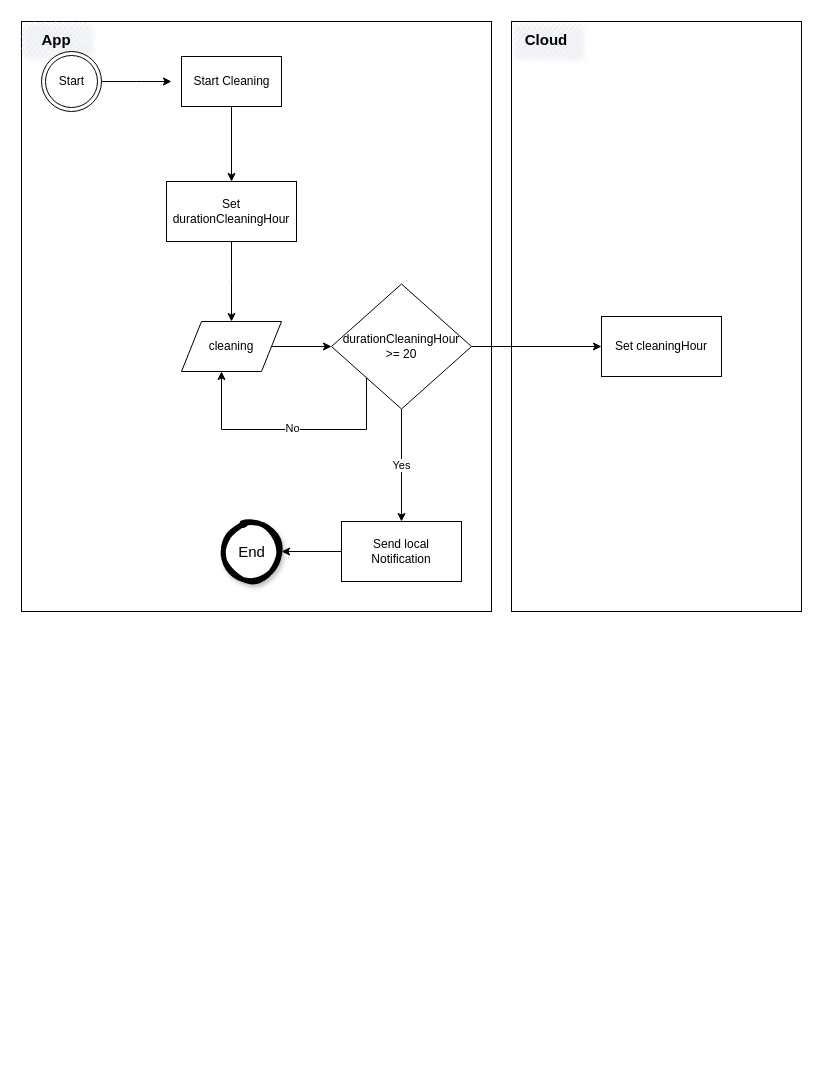
Above: Untitled Diagram.drawio in iHunterX/LocalStore (draw.io), before the change. Source tidied: cells renumbered, new cells numbered last; positions are measured from the earlier drawing's top-left corner, leaving out a move shared by most shapes. Both pictures are drawn from the tidied source at 100%, with x=0, y=0 at pixel (21, 21).
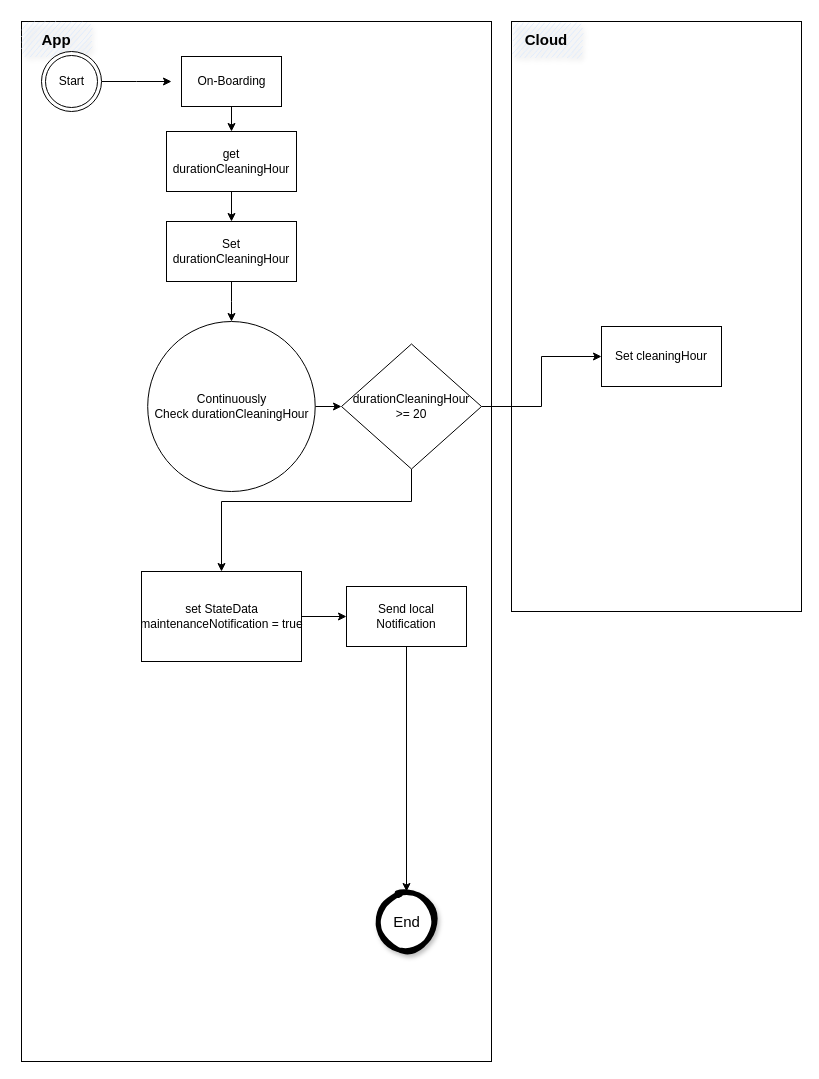
The same diagram, later.

The change refers to these unchanged cells:
```xml
<mxCell id="20" style="group;" parent="1" vertex="1">
  <mxGeometry x="490" width="290" height="590" as="geometry" />
</mxCell>
```

What changed in the source:
```diff
@@
     <mxCell id="2" style="group;" parent="1" vertex="1">
-      <mxGeometry width="470" height="590" as="geometry" />
+      <mxGeometry width="470" height="1040" as="geometry" />
     </mxCell>
     <mxCell id="3" style="rounded=0;whiteSpace=wrap;html=1;" parent="2" vertex="1">
-      <mxGeometry width="470" height="590" as="geometry" />
+      <mxGeometry width="470" height="1040" as="geometry" />
     </mxCell>
@@
     <mxCell id="5" value="End" style="shape=ellipse;html=1;dashed=0;whitespace=wrap;strokeWidth=5;perimeter=ellipsePerimeter;rounded=1;shadow=1;glass=0;sketch=1;fontSize=15;align=center;" parent="2" vertex="1">
-      <mxGeometry x="200" y="500" width="60" height="60" as="geometry" />
+      <mxGeometry x="355" y="870" width="60" height="60" as="geometry" />
     </mxCell>
+    <mxCell id="11" value="Set durationCleaningHour" style="whiteSpace=wrap;html=1;dashed=0;" parent="2" vertex="1">
+      <mxGeometry x="145" y="200" width="130" height="60" as="geometry" />
+    </mxCell>
+    <mxCell id="25" style="edgeStyle=orthogonalEdgeStyle;rounded=0;jettySize=auto;html=1;exitX=0.5;exitY=1;exitDx=0;exitDy=0;entryX=0.5;entryY=0;entryDx=0;entryDy=0;" parent="2" edge="1" source="26" target="11">
+      <mxGeometry relative="1" as="geometry" />
+    </mxCell>
+    <mxCell id="26" value="get durationCleaningHour" style="whiteSpace=wrap;html=1;dashed=0;" parent="2" vertex="1">
+      <mxGeometry x="145" y="110" width="130" height="60" as="geometry" />
+    </mxCell>
+    <mxCell id="27" style="edgeStyle=orthogonalEdgeStyle;rounded=0;jettySize=auto;html=1;exitX=1;exitY=0.5;exitDx=0;exitDy=0;entryX=0;entryY=0.5;entryDx=0;entryDy=0;" parent="2" edge="1" source="28" target="17">
+      <mxGeometry relative="1" as="geometry" />
+    </mxCell>
+    <mxCell id="28" value="Continuously&lt;br&gt;Check durationCleaningHour" style="shape=ellipse;html=1;dashed=0;whitespace=wrap;perimeter=ellipsePerimeter;" parent="2" vertex="1">
+      <mxGeometry x="126.2" y="300" width="167.5" height="170" as="geometry" />
+    </mxCell>
+    <mxCell id="29" style="edgeStyle=orthogonalEdgeStyle;rounded=0;jettySize=auto;html=1;entryX=0.5;entryY=0;entryDx=0;entryDy=0;" parent="2" edge="1" source="17" target="31">
+      <mxGeometry relative="1" as="geometry">
+        <Array as="points">
+          <mxPoint x="390" y="480" />
+          <mxPoint x="200" y="480" />
+        </Array>
+      </mxGeometry>
+    </mxCell>
+    <mxCell id="17" value="durationCleaningHour&lt;br&gt;&amp;gt;= 20" style="rhombus;whiteSpace=wrap;html=1;dashed=0;" parent="2" vertex="1">
+      <mxGeometry x="320" y="322.5" width="140" height="125" as="geometry" />
+    </mxCell>
+    <mxCell id="19" value="Send local Notification" style="whiteSpace=wrap;html=1;dashed=0;" parent="2" vertex="1">
+      <mxGeometry x="325" y="565" width="120" height="60" as="geometry" />
+    </mxCell>
+    <mxCell id="18" style="edgeStyle=orthogonalEdgeStyle;rounded=0;jettySize=auto;html=1;entryX=0.5;entryY=0;entryDx=0;entryDy=0;fontSize=15;" parent="2" edge="1" source="19" target="5">
+      <mxGeometry relative="1" as="geometry" />
+    </mxCell>
+    <mxCell id="30" style="edgeStyle=orthogonalEdgeStyle;rounded=0;jettySize=auto;html=1;exitX=1;exitY=0.5;exitDx=0;exitDy=0;entryX=0;entryY=0.5;entryDx=0;entryDy=0;" parent="2" edge="1" source="31" target="19">
+      <mxGeometry relative="1" as="geometry" />
+    </mxCell>
+    <mxCell id="31" value="set StateData&lt;br&gt;maintenanceNotification = true" style="html=1;dashed=0;whitespace=wrap;" parent="2" vertex="1">
+      <mxGeometry x="120" y="550" width="160" height="90" as="geometry" />
+    </mxCell>
@@
-    <mxCell id="8" style="edgeStyle=orthogonalEdgeStyle;rounded=0;jettySize=auto;html=1;" parent="1" edge="1" source="9" target="11">
-      <mxGeometry relative="1" as="geometry" />
-    </mxCell>
+    <mxCell id="32" style="edgeStyle=orthogonalEdgeStyle;rounded=0;jettySize=auto;html=1;exitX=0.5;exitY=1;exitDx=0;exitDy=0;entryX=0.5;entryY=0;entryDx=0;entryDy=0;" parent="1" edge="1" source="9" target="26">
+      <mxGeometry relative="1" as="geometry" />
+    </mxCell>
-    <mxCell id="9" value="Start Cleaning" style="html=1;dashed=0;whitespace=wrap;" parent="1" vertex="1">
+    <mxCell id="9" value="On-Boarding" style="html=1;dashed=0;whitespace=wrap;" parent="1" vertex="1">
       <mxGeometry x="160" y="35" width="100" height="50" as="geometry" />
     </mxCell>
@@
-    <mxCell id="11" value="Set durationCleaningHour" style="whiteSpace=wrap;html=1;dashed=0;" parent="1" vertex="1">
-      <mxGeometry x="145" y="160" width="130" height="60" as="geometry" />
-    </mxCell>
-    <mxCell id="12" style="edgeStyle=orthogonalEdgeStyle;rounded=0;jettySize=auto;html=1;" parent="1" edge="1" source="13" target="17">
-      <mxGeometry relative="1" as="geometry" />
-    </mxCell>
-    <mxCell id="13" value="cleaning" style="shape=parallelogram;perimeter=parallelogramPerimeter;whiteSpace=wrap;html=1;dashed=0;" parent="1" vertex="1">
-      <mxGeometry x="160" y="300" width="100" height="50" as="geometry" />
-    </mxCell>
-    <mxCell id="14" value="Yes" style="edgeStyle=orthogonalEdgeStyle;rounded=0;jettySize=auto;html=1;" parent="1" edge="1" source="17" target="19">
-      <mxGeometry relative="1" as="geometry" />
-    </mxCell>
-    <mxCell id="15" style="edgeStyle=orthogonalEdgeStyle;rounded=0;jettySize=auto;html=1;exitX=0;exitY=1;exitDx=0;exitDy=0;entryX=0.4;entryY=1;entryDx=0;entryDy=0;entryPerimeter=0;" parent="1" edge="1" source="17" target="13">
-      <mxGeometry relative="1" as="geometry">
-        <Array as="points">
-          <mxPoint x="345" y="408" />
-          <mxPoint x="200" y="408" />
-        </Array>
-      </mxGeometry>
-    </mxCell>
-    <mxCell id="16" value="No" style="edgeLabel;html=1;align=center;verticalAlign=middle;" parent="15" vertex="1">
-      <mxGeometry x="-0.01" y="-2" relative="1" as="geometry" />
-    </mxCell>
-    <mxCell id="17" value="durationCleaningHour&lt;br&gt;&amp;gt;= 20" style="rhombus;whiteSpace=wrap;html=1;dashed=0;" parent="1" vertex="1">
-      <mxGeometry x="310" y="262.5" width="140" height="125" as="geometry" />
-    </mxCell>
-    <mxCell id="18" style="edgeStyle=orthogonalEdgeStyle;rounded=0;jettySize=auto;html=1;entryX=1;entryY=0.5;entryDx=0;entryDy=0;fontSize=15;" parent="1" edge="1" source="19" target="5">
-      <mxGeometry relative="1" as="geometry" />
-    </mxCell>
-    <mxCell id="19" value="Send local Notification" style="whiteSpace=wrap;html=1;dashed=0;" parent="1" vertex="1">
-      <mxGeometry x="320" y="500" width="120" height="60" as="geometry" />
-    </mxCell>
@@
+    <mxCell id="24" value="Set cleaningHour" style="whiteSpace=wrap;html=1;dashed=0;" parent="20" vertex="1">
+      <mxGeometry x="90" y="305" width="120" height="60" as="geometry" />
+    </mxCell>
@@
-    <mxCell id="24" value="Set cleaningHour" style="whiteSpace=wrap;html=1;dashed=0;" parent="1" vertex="1">
-      <mxGeometry x="580" y="295" width="120" height="60" as="geometry" />
-    </mxCell>
```
